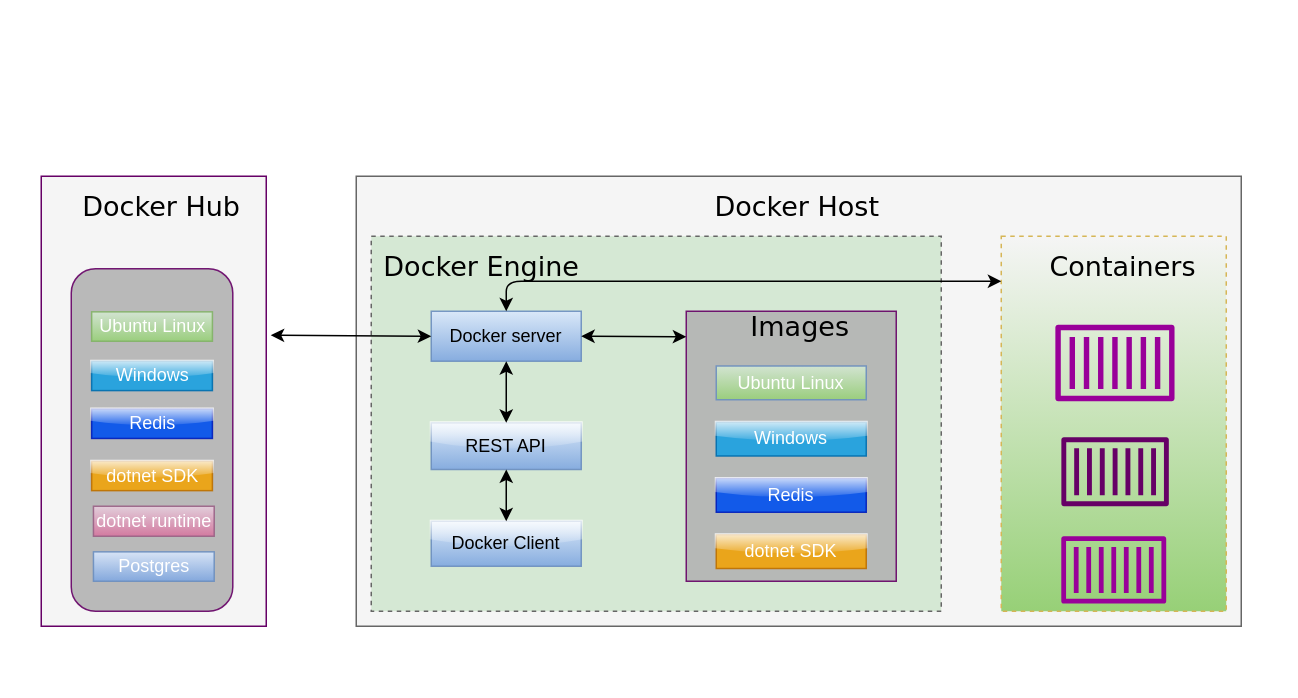
Before: page "DockerEngine" (3 of 3) of ContainerFlows-Architecture Diagram.drawio in KollaRajesh/AzureTechDayDemo-Containers, a draw.io diagram. Source tidied: cells renumbered, new cells numbered last; positions are measured from the earlier drawing's top-left corner, leaving out a move shared by most shapes. Both pictures are drawn from the tidied source at 150%, with x=0, y=0 at pixel (40, 176).
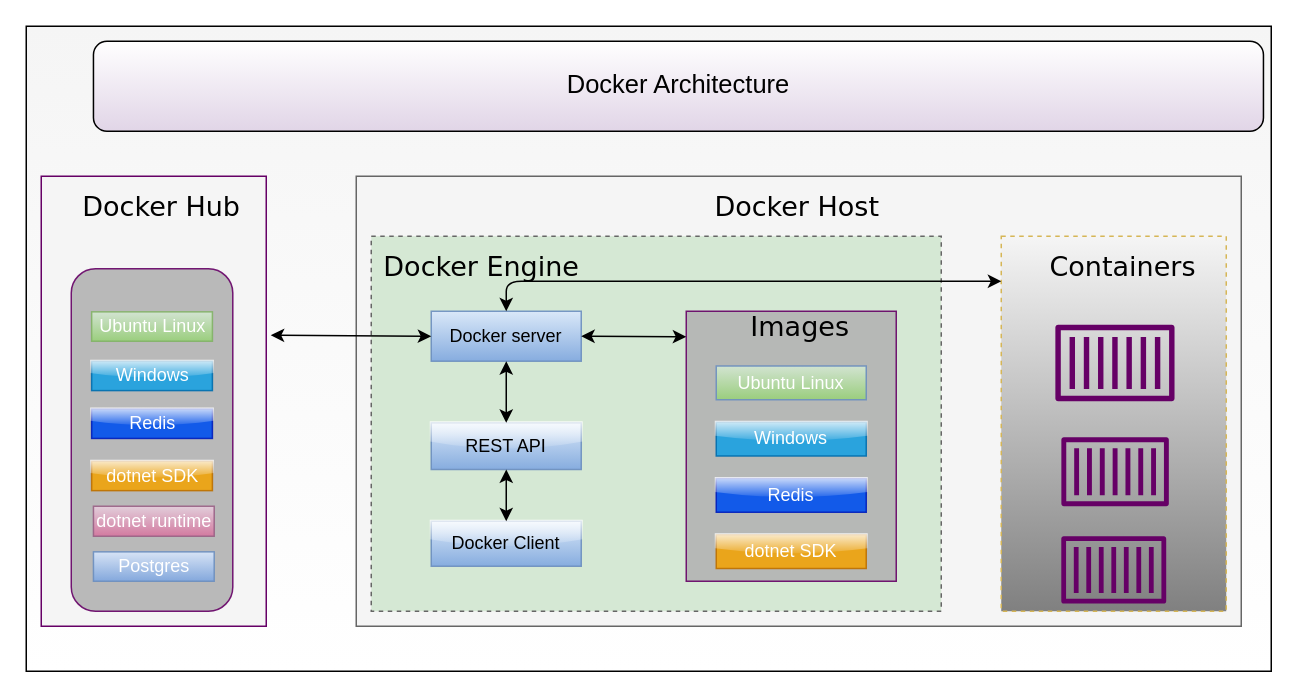
Above is the later version.

What changed in the source:
```diff
@@
+    <mxCell id="37" style="rounded=0;whiteSpace=wrap;html=1;fillColor=#F5F5F5;gradientColor=#FFFFFF;" parent="1" vertex="1">
+      <mxGeometry x="-10" y="-100" width="830" height="430" as="geometry" />
+    </mxCell>
@@
-    <mxCell id="30" style="rounded=0;whiteSpace=wrap;html=1;shadow=0;glass=0;sketch=0;strokeColor=#d6b656;dashed=1;gradientDirection=south;gradientColor=#97D077;fillColor=#F5F5F5;" parent="1" vertex="1">
+    <mxCell id="30" style="rounded=0;whiteSpace=wrap;html=1;shadow=0;glass=0;sketch=0;strokeColor=#d6b656;dashed=1;gradientDirection=south;fillColor=#F5F5F5;gradientColor=#808080;" parent="1" vertex="1">
       <mxGeometry x="640" y="40" width="150" height="250" as="geometry" />
     </mxCell>
@@
-    <mxCell id="34" style="fontColor=#232F3E;gradientColor=none;strokeColor=none;dashed=0;verticalLabelPosition=bottom;verticalAlign=top;align=center;html=1;fontSize=12;fontStyle=0;shape=mxgraph.aws4.container_1;rounded=0;shadow=0;glass=0;sketch=0;fillColor=#990099;" parent="1" vertex="1">
+    <mxCell id="34" style="fontColor=#232F3E;gradientColor=none;strokeColor=none;dashed=0;verticalLabelPosition=bottom;verticalAlign=top;align=center;html=1;fontSize=12;fontStyle=0;shape=mxgraph.aws4.container_1;rounded=0;shadow=0;glass=0;sketch=0;fillColor=#660066;" parent="1" vertex="1">
       <mxGeometry x="676" y="99" width="79.6" height="51" as="geometry" />
     </mxCell>
@@
-    <mxCell id="36" style="fontColor=#232F3E;gradientColor=none;strokeColor=none;dashed=0;verticalLabelPosition=bottom;verticalAlign=top;align=center;html=1;fontSize=12;fontStyle=0;shape=mxgraph.aws4.container_1;rounded=0;shadow=0;glass=0;sketch=0;fillColor=#990099;" parent="1" vertex="1">
+    <mxCell id="36" style="fontColor=#232F3E;gradientColor=none;strokeColor=none;dashed=0;verticalLabelPosition=bottom;verticalAlign=top;align=center;html=1;fontSize=12;fontStyle=0;shape=mxgraph.aws4.container_1;rounded=0;shadow=0;glass=0;sketch=0;fillColor=#660066;" parent="1" vertex="1">
       <mxGeometry x="680" y="240" width="70" height="44.9" as="geometry" />
     </mxCell>
+    <mxCell id="38" value="&lt;font style=&quot;font-size: 17px&quot;&gt;Docker Architecture&lt;/font&gt;" style="rounded=1;whiteSpace=wrap;html=1;glass=0;gradientColor=#E1D5E7;fillColor=#FFFFFF;" parent="1" vertex="1">
+      <mxGeometry x="34.8" y="-90" width="780" height="60" as="geometry" />
+    </mxCell>
```
